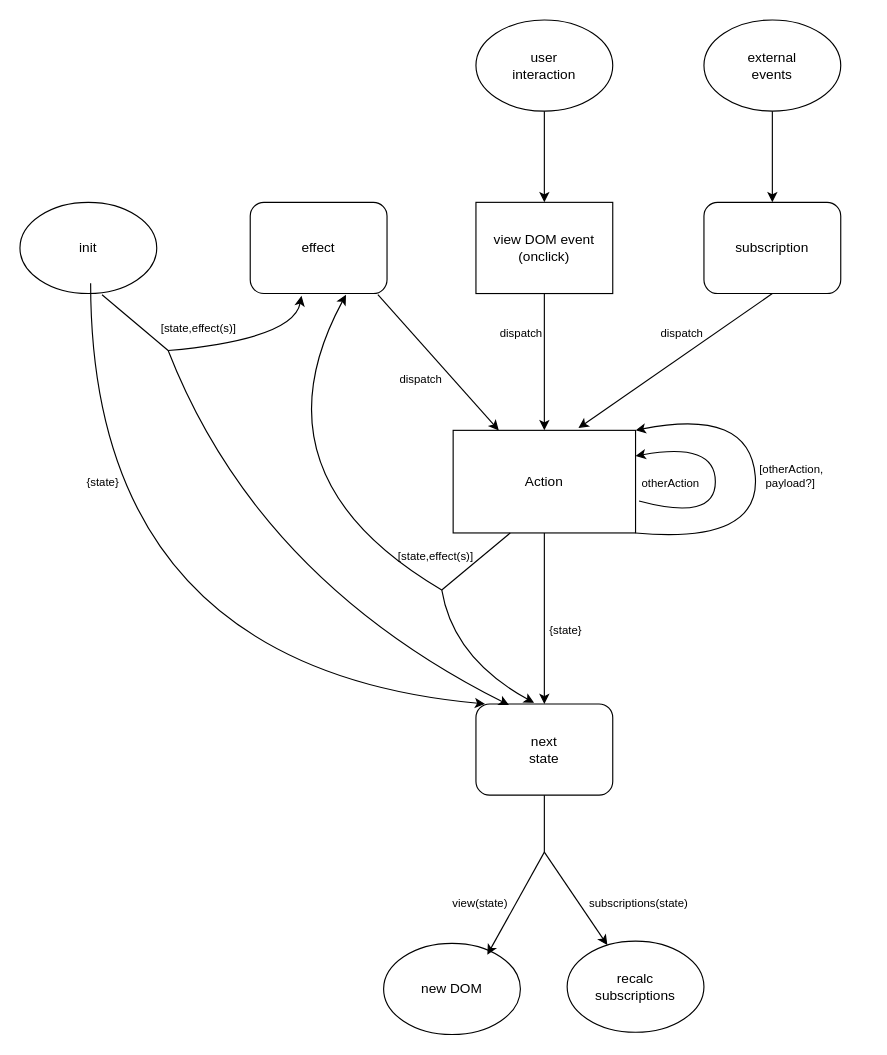
This is docs/architecture/Untitled Diagram.drawio from kofifus/hyperapp, a draw.io file, before an edit. Source tidied: cells renumbered, new cells numbered last; positions are measured from the earlier drawing's top-left corner, leaving out a move shared by most shapes. Both pictures are drawn from the tidied source at 114%, with x=0, y=0 at pixel (19, 19).
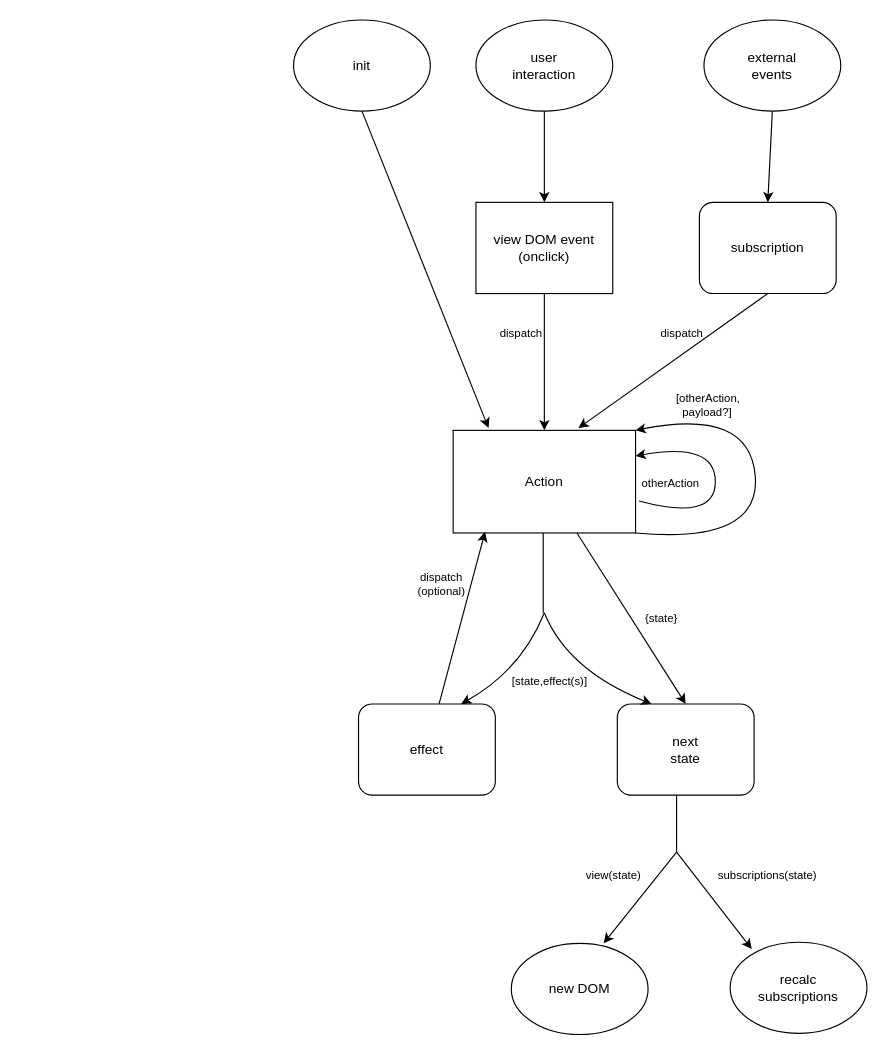
The same page after the edit.

The change refers to these unchanged cells:
```xml
<mxCell id="6" value="Action" style="rounded=0;whiteSpace=wrap;html=1;" parent="1" vertex="1">
  <mxGeometry x="380" y="360" width="160" height="90" as="geometry" />
</mxCell>
```

Diff of the diagram source:
```diff
@@
-    <mxCell id="2" value="init" style="ellipse;whiteSpace=wrap;html=1;" parent="1" vertex="1">
-      <mxGeometry y="160" width="120" height="80" as="geometry" />
-    </mxCell>
@@
     <mxCell id="4" value="subscription" style="rounded=1;whiteSpace=wrap;html=1;" parent="1" vertex="1">
-      <mxGeometry x="600" y="160" width="120" height="80" as="geometry" />
+      <mxGeometry x="596" y="160" width="120" height="80" as="geometry" />
     </mxCell>
@@
     <mxCell id="7" value="effect" style="rounded=1;whiteSpace=wrap;html=1;" parent="1" vertex="1">
-      <mxGeometry x="202" y="160" width="120" height="80" as="geometry" />
+      <mxGeometry x="297" y="600" width="120" height="80" as="geometry" />
     </mxCell>
     <mxCell id="8" value="next&lt;br&gt;state" style="rounded=1;whiteSpace=wrap;html=1;" parent="1" vertex="1">
-      <mxGeometry x="400" y="600" width="120" height="80" as="geometry" />
+      <mxGeometry x="524" y="600" width="120" height="80" as="geometry" />
     </mxCell>
@@
-    <mxCell id="15" value="[state,effect(s)]" style="text;html=1;strokeColor=none;fillColor=none;align=left;verticalAlign=middle;whiteSpace=wrap;rounded=0;fontSize=10;" parent="1" vertex="1">
-      <mxGeometry x="122" y="255" width="60" height="30" as="geometry" />
-    </mxCell>
-    <mxCell id="16" style="endArrow=classic;html=1;rounded=0;exitX=0.933;exitY=1.013;exitDx=0;exitDy=0;entryX=0.25;entryY=0;entryDx=0;entryDy=0;exitPerimeter=0;" parent="1" edge="1" source="7" target="6">
+    <mxCell id="16" style="endArrow=classic;html=1;rounded=0;entryX=0.175;entryY=0.989;entryDx=0;entryDy=0;entryPerimeter=0;" parent="1" edge="1" source="7" target="6">
       <mxGeometry relative="1" as="geometry" />
     </mxCell>
     <mxCell id="17" value="new DOM" style="ellipse;whiteSpace=wrap;html=1;" parent="1" vertex="1">
-      <mxGeometry x="319" y="810" width="120" height="80" as="geometry" />
+      <mxGeometry x="431" y="810" width="120" height="80" as="geometry" />
     </mxCell>
@@
     <mxCell id="20" value="&lt;font style=&quot;font-size: 10px&quot;&gt;view(state)&lt;/font&gt;" style="text;html=1;strokeColor=none;fillColor=none;align=center;verticalAlign=middle;whiteSpace=wrap;rounded=0;" parent="1" vertex="1">
-      <mxGeometry x="374" y="760" width="60" height="30" as="geometry" />
+      <mxGeometry x="491" y="735" width="60" height="30" as="geometry" />
     </mxCell>
     <mxCell id="21" value="{state}" style="text;html=1;strokeColor=none;fillColor=none;align=center;verticalAlign=middle;whiteSpace=wrap;rounded=0;fontSize=10;" parent="1" vertex="1">
-      <mxGeometry x="456" y="530" width="46" height="10" as="geometry" />
+      <mxGeometry x="540" y="520" width="46" height="10" as="geometry" />
     </mxCell>
@@
     <mxCell id="24" value="&lt;font style=&quot;font-size: 10px&quot;&gt;&lt;span class=&quot;pl-c1&quot; style=&quot;box-sizing: border-box&quot;&gt;&lt;span class=&quot;pl-c1&quot; style=&quot;box-sizing: border-box&quot;&gt;&lt;div style=&quot;text-align: left&quot;&gt;&lt;span class=&quot;pl-c1&quot; style=&quot;font-family: &amp;#34;helvetica&amp;#34; ; white-space: normal ; box-sizing: border-box&quot;&gt;[otherAction,&lt;br&gt;&amp;nbsp; payload&lt;/span&gt;&lt;span class=&quot;pl-k&quot; style=&quot;font-family: &amp;#34;helvetica&amp;#34; ; white-space: normal ; box-sizing: border-box&quot;&gt;?&lt;/span&gt;&lt;span class=&quot;pl-c1&quot; style=&quot;font-family: &amp;#34;helvetica&amp;#34; ; white-space: normal ; box-sizing: border-box&quot;&gt;&lt;span class=&quot;pl-c1&quot; style=&quot;box-sizing: border-box&quot;&gt;]&lt;/span&gt;&lt;/span&gt;&lt;/div&gt;&lt;/span&gt;&lt;/span&gt;&lt;/font&gt;&lt;font style=&quot;font-size: 10px&quot;&gt;&lt;br&gt;&lt;/font&gt;" style="text;html=1;strokeColor=none;fillColor=none;align=center;verticalAlign=middle;whiteSpace=wrap;rounded=0;fontSize=10;" parent="1" vertex="1">
-      <mxGeometry x="676" y="398" height="15" as="geometry" />
+      <mxGeometry x="603" y="340" height="7" as="geometry" />
     </mxCell>
-    <mxCell id="25" value="dispatch" style="text;html=1;strokeColor=none;fillColor=none;align=center;verticalAlign=middle;whiteSpace=wrap;rounded=0;fontSize=10;" parent="1" vertex="1">
-      <mxGeometry x="322" y="300" width="60" height="30" as="geometry" />
+    <mxCell id="25" value="dispatch&lt;br&gt;(optional)" style="text;html=1;strokeColor=none;fillColor=none;align=center;verticalAlign=middle;whiteSpace=wrap;rounded=0;fontSize=10;" parent="1" vertex="1">
+      <mxGeometry x="340" y="480" width="60" height="30" as="geometry" />
     </mxCell>
-    <mxCell id="26" style="curved=1;endArrow=classic;html=1;rounded=0;entryX=0.7;entryY=1.013;entryDx=0;entryDy=0;entryPerimeter=0;" parent="1" edge="1" target="7">
+    <mxCell id="26" style="curved=1;endArrow=classic;html=1;rounded=0;entryX=0.75;entryY=0;entryDx=0;entryDy=0;" parent="1" edge="1" target="7">
       <mxGeometry relative="1" as="geometry">
-        <mxPoint x="370" y="500" as="sourcePoint" />
+        <mxPoint x="460" y="520" as="sourcePoint" />
         <Array as="points">
-          <mxPoint x="200" y="400" />
+          <mxPoint x="440" y="570" />
         </Array>
       </mxGeometry>
     </mxCell>
     <mxCell id="27" value="[state,effect(s)]" style="text;html=1;strokeColor=none;fillColor=none;align=left;verticalAlign=middle;whiteSpace=wrap;rounded=0;fontSize=10;" parent="1" vertex="1">
-      <mxGeometry x="330" y="460" width="60" height="20" as="geometry" />
+      <mxGeometry x="430" y="570" width="60" height="20" as="geometry" />
     </mxCell>
-    <mxCell id="28" value="{state}" style="text;html=1;strokeColor=none;fillColor=none;align=center;verticalAlign=middle;whiteSpace=wrap;rounded=0;fontSize=10;" parent="1" vertex="1">
-      <mxGeometry x="50" y="390" width="46" height="30" as="geometry" />
-    </mxCell>
-    <mxCell id="29" style="curved=1;endArrow=classic;html=1;rounded=0;exitX=0.433;exitY=1.038;exitDx=0;exitDy=0;exitPerimeter=0;entryX=-0.017;entryY=0.15;entryDx=0;entryDy=0;entryPerimeter=0;" parent="1" edge="1">
-      <mxGeometry relative="1" as="geometry">
-        <mxPoint x="62" y="231" as="sourcePoint" />
-        <mxPoint x="408" y="600" as="targetPoint" />
-        <Array as="points">
-          <mxPoint x="62" y="568" />
-        </Array>
-      </mxGeometry>
-    </mxCell>
-    <mxCell id="30" style="curved=1;endArrow=classic;html=1;rounded=0;entryX=0.375;entryY=1.025;entryDx=0;entryDy=0;entryPerimeter=0;" parent="1" edge="1" target="7">
-      <mxGeometry relative="1" as="geometry">
-        <mxPoint x="130" y="290" as="sourcePoint" />
-        <Array as="points">
-          <mxPoint x="240" y="280" />
-        </Array>
-      </mxGeometry>
-    </mxCell>
-    <mxCell id="31" style="curved=1;endArrow=classic;html=1;rounded=0;entryX=0.175;entryY=0.013;entryDx=0;entryDy=0;entryPerimeter=0;" parent="1" edge="1">
-      <mxGeometry relative="1" as="geometry">
-        <mxPoint x="130" y="290" as="sourcePoint" />
-        <mxPoint x="429" y="601" as="targetPoint" />
-        <Array as="points">
-          <mxPoint x="208" y="490" />
-        </Array>
-      </mxGeometry>
-    </mxCell>
-    <mxCell id="32" style="curved=1;endArrow=classic;html=1;rounded=0;entryX=0.425;entryY=-0.012;entryDx=0;entryDy=0;entryPerimeter=0;" parent="1" edge="1" target="8">
+    <mxCell id="32" style="curved=1;endArrow=classic;html=1;rounded=0;entryX=0.25;entryY=0;entryDx=0;entryDy=0;" parent="1" edge="1" target="8">
       <mxGeometry relative="1" as="geometry">
-        <mxPoint x="370" y="500" as="sourcePoint" />
+        <mxPoint x="460" y="520" as="sourcePoint" />
         <Array as="points">
-          <mxPoint x="380" y="560" />
+          <mxPoint x="480" y="570" />
         </Array>
       </mxGeometry>
     </mxCell>
-    <mxCell id="33" style="endArrow=none;html=1;rounded=0;entryX=0.313;entryY=1;entryDx=0;entryDy=0;entryPerimeter=0;" parent="1" edge="1" target="6">
+    <mxCell id="33" style="endArrow=none;html=1;rounded=0;" parent="1" edge="1">
       <mxGeometry relative="1" as="geometry">
-        <mxPoint x="370" y="500" as="sourcePoint" />
+        <mxPoint x="459" y="520" as="sourcePoint" />
+        <mxPoint x="459" y="450" as="targetPoint" />
       </mxGeometry>
     </mxCell>
-    <mxCell id="34" style="endArrow=none;html=1;rounded=0;exitX=0.6;exitY=1.013;exitDx=0;exitDy=0;exitPerimeter=0;" parent="1" edge="1" source="2">
-      <mxGeometry relative="1" as="geometry">
-        <mxPoint x="130" y="290" as="targetPoint" />
-      </mxGeometry>
-    </mxCell>
@@
-    <mxCell id="36" style="endArrow=none;html=1;rounded=0;exitX=0.5;exitY=1;exitDx=0;exitDy=0;" parent="1" edge="1" source="8">
+    <mxCell id="36" style="endArrow=none;html=1;rounded=0;" parent="1" edge="1">
       <mxGeometry relative="1" as="geometry">
-        <mxPoint x="460" y="730" as="targetPoint" />
+        <mxPoint x="576" y="680" as="sourcePoint" />
+        <mxPoint x="576" y="730" as="targetPoint" />
       </mxGeometry>
     </mxCell>
     <mxCell id="37" value="recalc&lt;br&gt;subscriptions" style="ellipse;whiteSpace=wrap;html=1;" parent="1" vertex="1">
-      <mxGeometry x="480" y="808" width="120" height="80" as="geometry" />
+      <mxGeometry x="623" y="809" width="120" height="80" as="geometry" />
     </mxCell>
-    <mxCell id="38" style="endArrow=classic;html=1;rounded=0;" parent="1" edge="1">
+    <mxCell id="38" style="endArrow=classic;html=1;rounded=0;entryX=0.675;entryY=0;entryDx=0;entryDy=0;entryPerimeter=0;" parent="1" edge="1" target="17">
       <mxGeometry relative="1" as="geometry">
-        <mxPoint x="460" y="730" as="sourcePoint" />
-        <mxPoint x="410" y="820" as="targetPoint" />
+        <mxPoint x="576" y="730" as="sourcePoint" />
       </mxGeometry>
     </mxCell>
-    <mxCell id="39" style="endArrow=classic;html=1;rounded=0;" parent="1" edge="1" target="37">
+    <mxCell id="39" style="endArrow=classic;html=1;rounded=0;entryX=0.158;entryY=0.075;entryDx=0;entryDy=0;entryPerimeter=0;" parent="1" edge="1" target="37">
       <mxGeometry relative="1" as="geometry">
-        <mxPoint x="460" y="730" as="sourcePoint" />
+        <mxPoint x="576" y="730" as="sourcePoint" />
       </mxGeometry>
     </mxCell>
     <mxCell id="40" value="&lt;font style=&quot;font-size: 10px&quot;&gt;subscriptions(state)&lt;/font&gt;" style="text;html=1;strokeColor=none;fillColor=none;align=center;verticalAlign=middle;whiteSpace=wrap;rounded=0;" parent="1" vertex="1">
-      <mxGeometry x="513" y="760" width="60" height="30" as="geometry" />
+      <mxGeometry x="626" y="735" width="60" height="30" as="geometry" />
     </mxCell>
+    <mxCell id="2" value="init" style="ellipse;whiteSpace=wrap;html=1;" parent="1" vertex="1">
+      <mxGeometry x="240" width="120" height="80" as="geometry" />
+    </mxCell>
+    <mxCell id="41" style="endArrow=classic;html=1;rounded=0;fontSize=10;exitX=0.5;exitY=1;exitDx=0;exitDy=0;entryX=0.194;entryY=-0.022;entryDx=0;entryDy=0;entryPerimeter=0;" parent="1" edge="1" source="2" target="6">
+      <mxGeometry relative="1" as="geometry" />
+    </mxCell>
```
